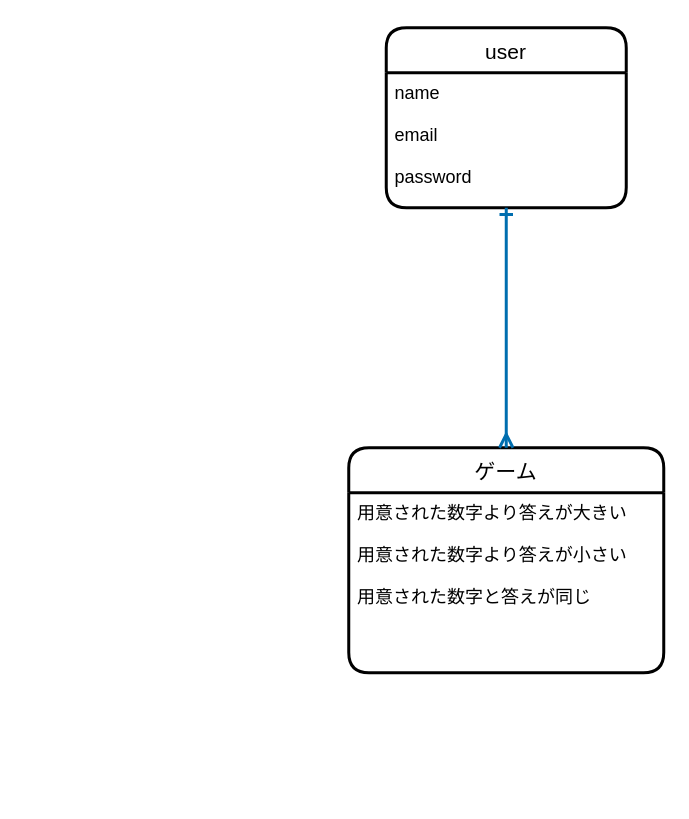
The draw.io diagram number-guess.dio in zeno-46/number-guess, before the edit. Source tidied: cells renumbered, new cells numbered last; positions are measured from the earlier drawing's top-left corner, leaving out a move shared by most shapes. Both pictures are drawn from the tidied source at 150%, with x=0, y=0 at pixel (348, 27).
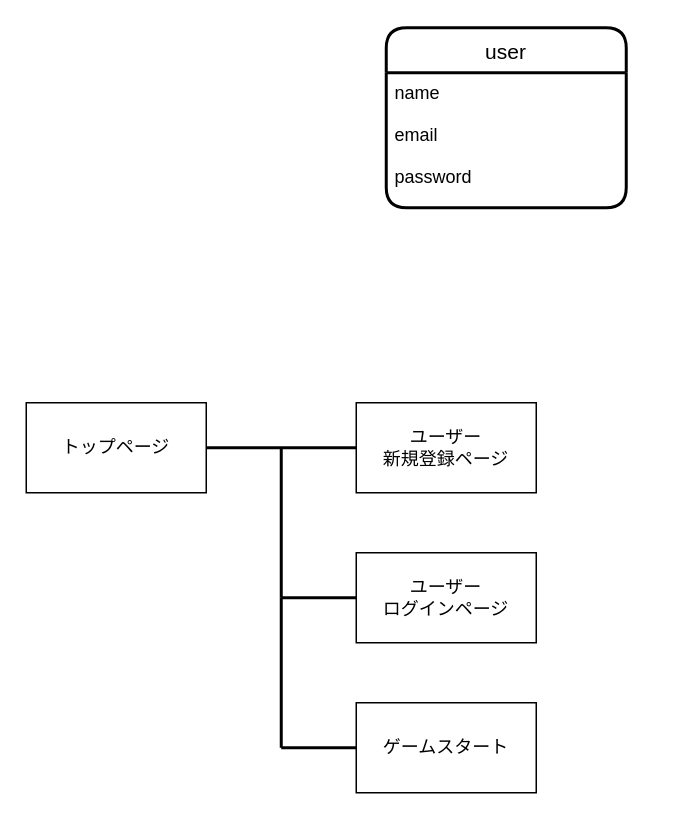
The same diagram, later.

Change to the diagram source:
```diff
@@
 <mxGraphModel>
   <root>
     <mxCell id="0" />
     <mxCell id="1" parent="0" />
-    <mxCell id="2" value="ゲーム" style="swimlane;horizontal=1;startSize=30;rounded=1;fontSize=14;fontStyle=0;strokeWidth=2;shadow=0;dashed=0;align=center;" parent="1" vertex="1">
-      <mxGeometry y="280" width="210" height="150" as="geometry" />
-    </mxCell>
-    <mxCell id="3" value="用意された数字より答えが大きい&#10;&#10;用意された数字より答えが小さい&#10;&#10;用意された数字と答えが同じ" style="align=left;strokeColor=none;fillColor=none;spacingLeft=4;fontSize=12;verticalAlign=top;" parent="2" vertex="1">
-      <mxGeometry y="30" width="210" height="120" as="geometry" />
-    </mxCell>
     <mxCell id="4" value="user" style="swimlane;horizontal=1;startSize=30;rounded=1;fontSize=14;fontStyle=0;strokeWidth=2;shadow=0;dashed=0;align=center;" parent="1" vertex="1">
       <mxGeometry x="25" width="160" height="120" as="geometry" />
     </mxCell>
     <mxCell id="5" value="name&#10;&#10;email&#10;&#10;password" style="align=left;strokeColor=none;fillColor=none;spacingLeft=4;fontSize=12;verticalAlign=top;" parent="4" vertex="1">
       <mxGeometry y="30" width="160" height="90" as="geometry" />
     </mxCell>
-    <mxCell id="6" style="fontSize=12;html=1;endArrow=ERone;endFill=0;entryX=0.5;entryY=1;entryDx=0;entryDy=0;exitX=0.5;exitY=0;exitDx=0;exitDy=0;startArrow=ERmany;startFill=0;strokeWidth=2;fillColor=#1ba1e2;strokeColor=#006EAF;" parent="1" edge="1" source="2" target="5">
-      <mxGeometry relative="1" as="geometry" />
-    </mxCell>
+    <mxCell id="7" value="トップページ" style="rounded=0;whiteSpace=wrap;html=1;" parent="1" vertex="1">
+      <mxGeometry x="-215" y="250" width="120" height="60" as="geometry" />
+    </mxCell>
+    <mxCell id="8" style="endArrow=none;html=1;strokeWidth=2;exitX=1;exitY=0.5;exitDx=0;exitDy=0;" parent="1" edge="1" source="7">
+      <mxGeometry relative="1" as="geometry">
+        <mxPoint x="5" y="280" as="targetPoint" />
+      </mxGeometry>
+    </mxCell>
+    <mxCell id="9" value="ユーザー&lt;br&gt;新規登録ページ" style="rounded=0;whiteSpace=wrap;html=1;" parent="1" vertex="1">
+      <mxGeometry x="5" y="250" width="120" height="60" as="geometry" />
+    </mxCell>
+    <mxCell id="10" style="endArrow=none;html=1;strokeWidth=2;" parent="1" edge="1">
+      <mxGeometry relative="1" as="geometry">
+        <mxPoint x="-45" y="280" as="sourcePoint" />
+        <mxPoint x="-45" y="380" as="targetPoint" />
+      </mxGeometry>
+    </mxCell>
+    <mxCell id="11" style="endArrow=none;html=1;strokeWidth=2;" parent="1" edge="1">
+      <mxGeometry relative="1" as="geometry">
+        <mxPoint x="-45" y="380" as="sourcePoint" />
+        <mxPoint x="5" y="380" as="targetPoint" />
+      </mxGeometry>
+    </mxCell>
+    <mxCell id="12" value="ユーザー&lt;br&gt;ログインページ" style="rounded=0;whiteSpace=wrap;html=1;" parent="1" vertex="1">
+      <mxGeometry x="5" y="350" width="120" height="60" as="geometry" />
+    </mxCell>
+    <mxCell id="13" style="endArrow=none;html=1;strokeWidth=2;" parent="1" edge="1">
+      <mxGeometry relative="1" as="geometry">
+        <mxPoint x="-45" y="380" as="sourcePoint" />
+        <mxPoint x="-45" y="480" as="targetPoint" />
+      </mxGeometry>
+    </mxCell>
+    <mxCell id="14" style="endArrow=none;html=1;strokeWidth=2;entryX=0;entryY=0.5;entryDx=0;entryDy=0;" parent="1" edge="1" target="15">
+      <mxGeometry relative="1" as="geometry">
+        <mxPoint x="-45" y="480" as="sourcePoint" />
+      </mxGeometry>
+    </mxCell>
+    <mxCell id="15" value="ゲームスタート" style="rounded=0;whiteSpace=wrap;html=1;" parent="1" vertex="1">
+      <mxGeometry x="5" y="450" width="120" height="60" as="geometry" />
+    </mxCell>
   </root>
 </mxGraphModel>
```
